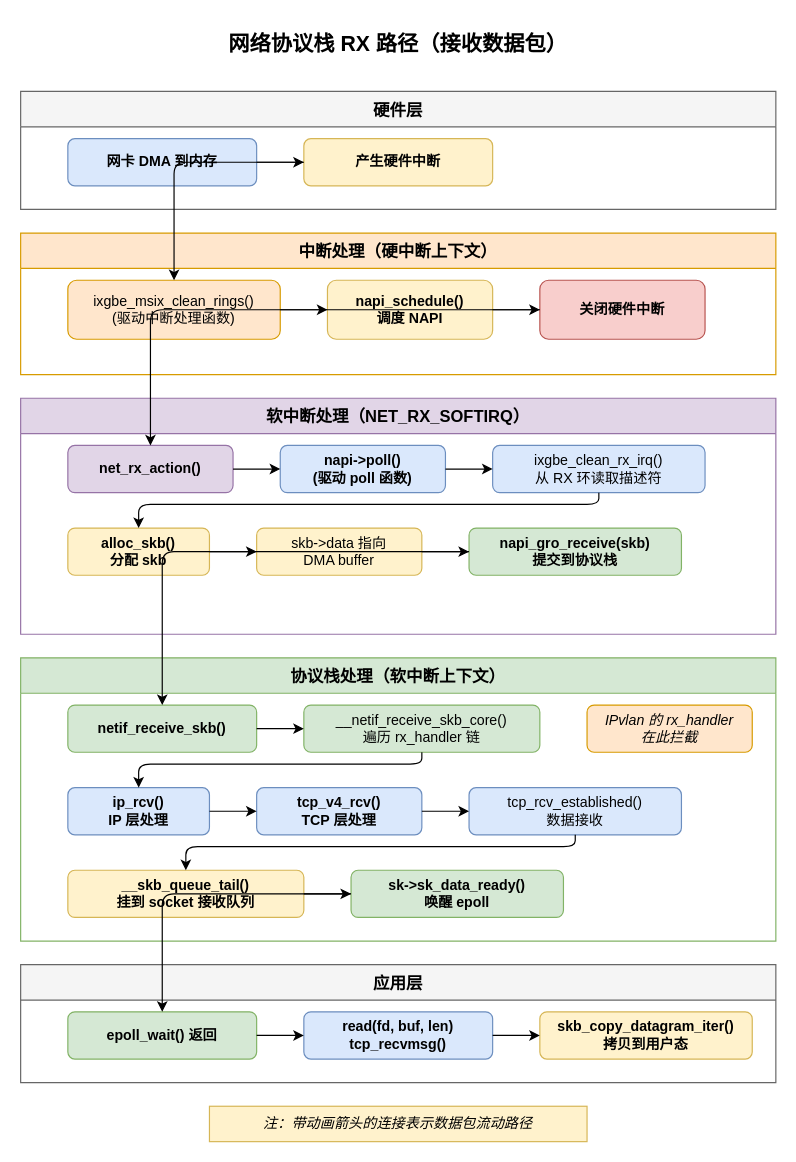
The draw.io diagram diagrams/rx-path.drawio in fsqHub/docker-sriov-plugin, before the edit. Source tidied: cells renumbered, new cells numbered last; positions are measured from the earlier drawing's top-left corner, leaving out a move shared by most shapes. Both pictures are drawn from the tidied source at 118%, with x=0, y=0 at pixel (20, 20).
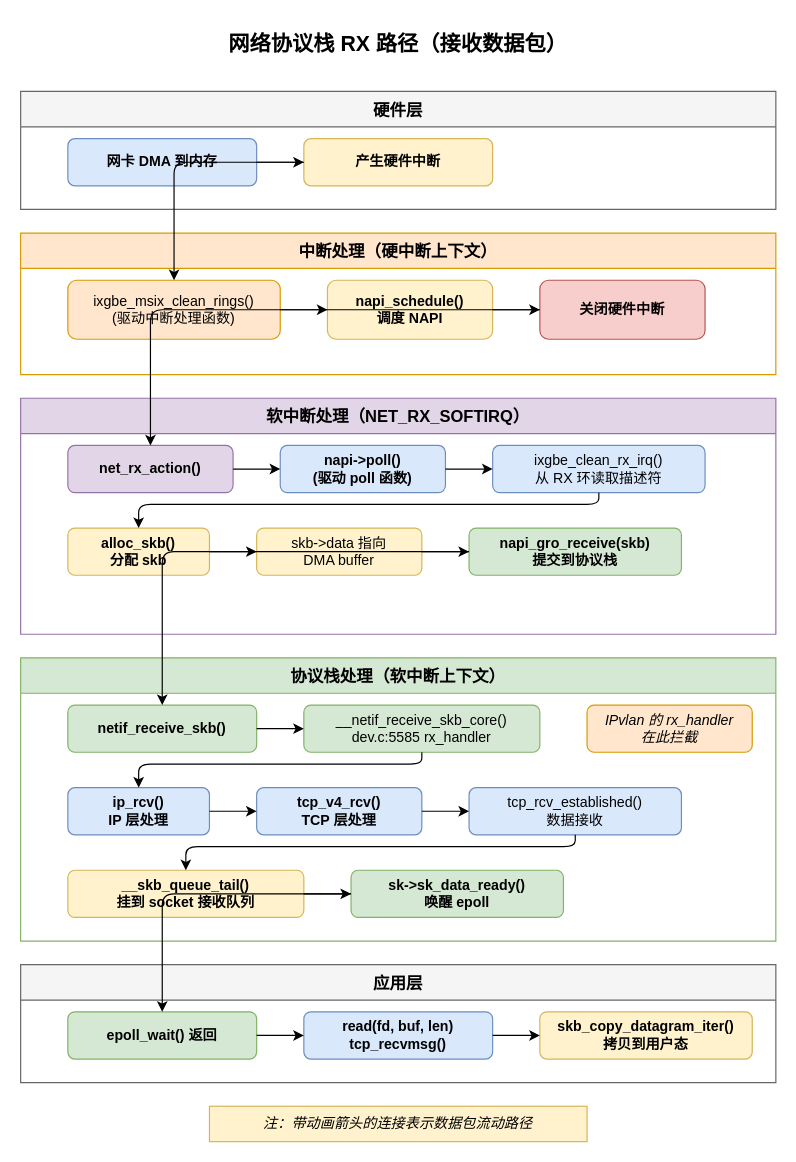
The same diagram, later.

Unchanged cells that the change refers to:
```xml
<mxCell id="25" value="协议栈处理（软中断上下文）" style="swimlane;startSize=30;fillColor=#d5e8d4;strokeColor=#82b366;fontStyle=1;fontSize=14;" parent="1" vertex="1">
  <mxGeometry y="540" width="640" height="240" as="geometry" />
</mxCell>
```

Change to the diagram source:
```diff
@@
-    <mxCell id="27" value="__netif_receive_skb_core()&#10;遍历 rx_handler 链" style="rounded=1;whiteSpace=wrap;html=1;fillColor=#d5e8d4;strokeColor=#82b366;" parent="25" vertex="1">
+    <mxCell id="27" value="__netif_receive_skb_core()&#10;dev.c:5585 rx_handler" style="rounded=1;whiteSpace=wrap;html=1;fillColor=#d5e8d4;strokeColor=#82b366;" parent="25" vertex="1">
       <mxGeometry x="240" y="40" width="200" height="40" as="geometry" />
     </mxCell>
```
